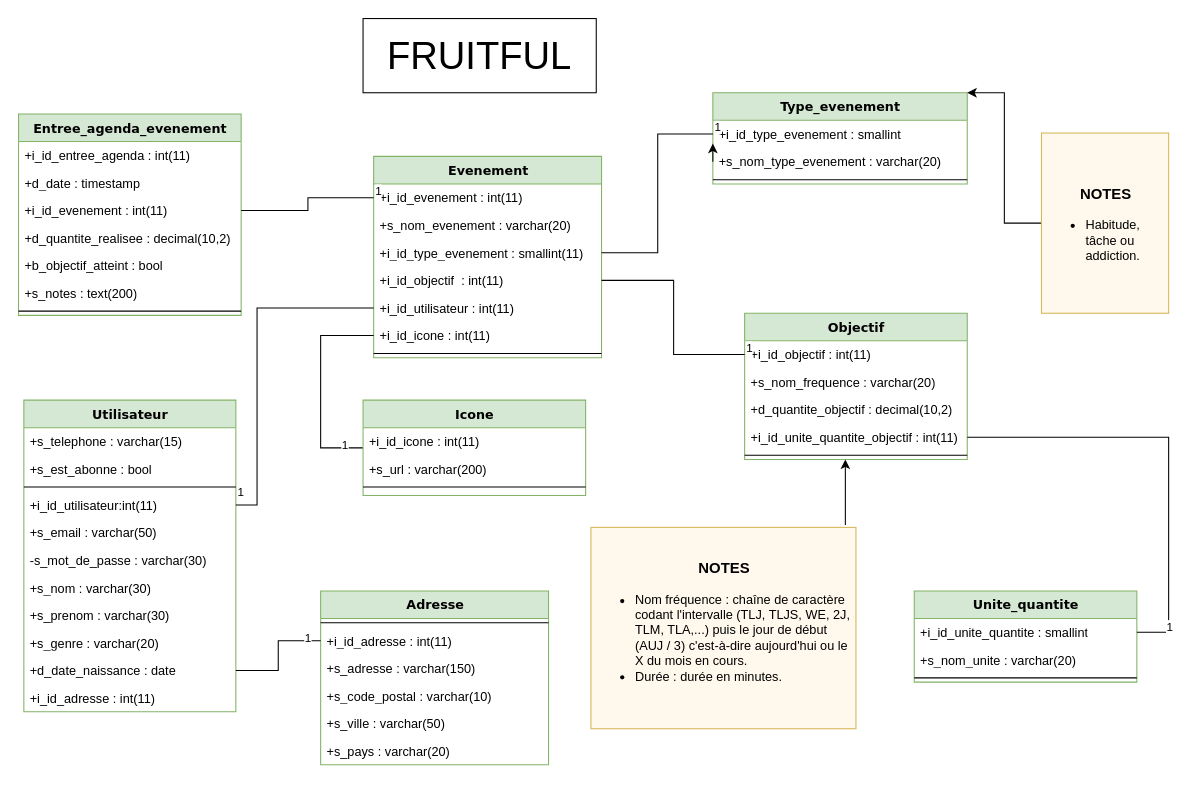
This is BDD/SQL.drawio from RomainVReco/fruitful-app, a draw.io file, before an edit. Source tidied: cells renumbered, new cells numbered last; positions are measured from the earlier drawing's top-left corner, leaving out a move shared by most shapes. Both pictures are drawn from the tidied source at 106%, with x=0, y=0 at pixel (18, 18).
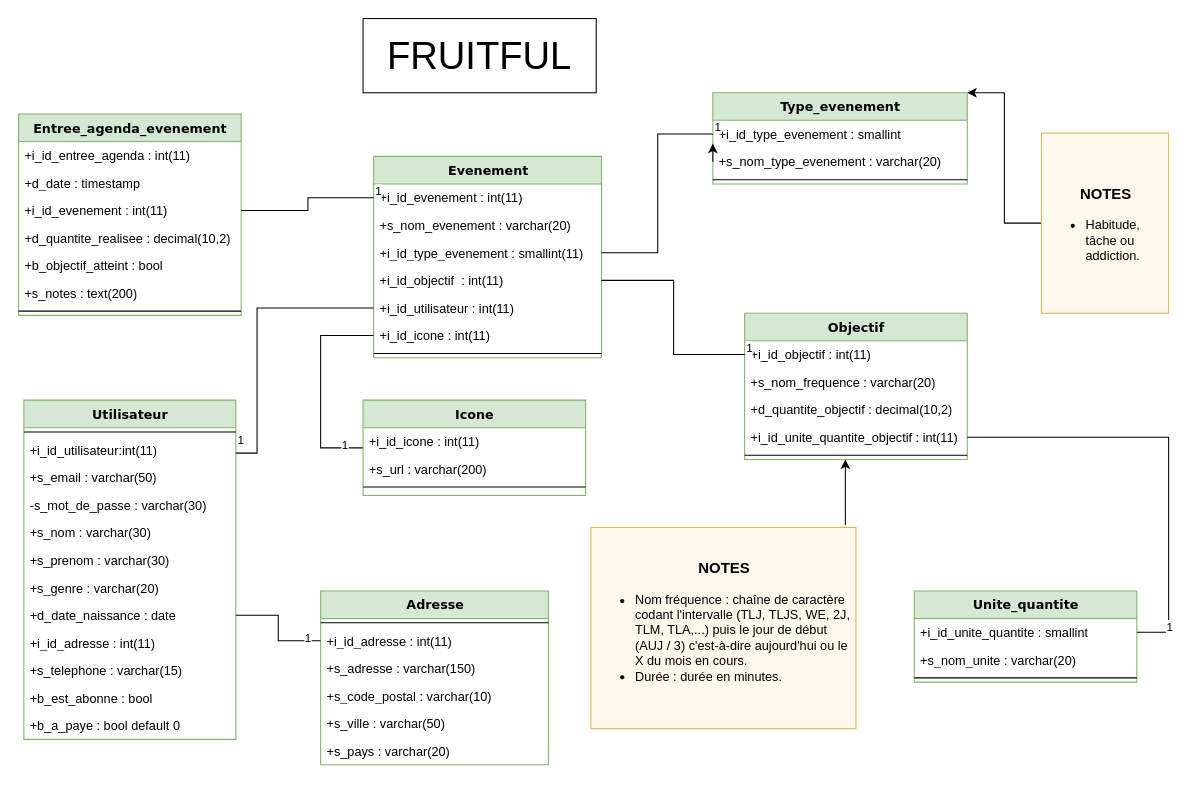
The same diagram, later.

What changed in the source:
```diff
@@
     <mxCell id="2" value="Utilisateur" style="swimlane;html=1;fontStyle=1;align=center;verticalAlign=top;horizontal=1;startSize=26;swimlaneFillColor=#ffffff;rounded=0;shadow=0;comic=0;labelBackgroundColor=none;strokeWidth=1;fillColor=#d5e8d4;fontFamily=Verdana;fontSize=12;strokeColor=#82b366;" parent="1" vertex="1">
-      <mxGeometry x="5" y="360" width="200" height="294" as="geometry" />
+      <mxGeometry x="5" y="360" width="200" height="320" as="geometry" />
     </mxCell>
-    <mxCell id="3" value="+s_telephone : varchar(15)" style="text;html=1;strokeColor=none;fillColor=none;align=left;verticalAlign=top;spacingLeft=4;spacingRight=4;whiteSpace=wrap;overflow=hidden;" parent="2" vertex="1">
-      <mxGeometry y="26" width="200" height="26" as="geometry" />
-    </mxCell>
-    <mxCell id="4" value="+s_est_abonne : bool" style="text;html=1;strokeColor=none;fillColor=none;align=left;verticalAlign=top;spacingLeft=4;spacingRight=4;whiteSpace=wrap;overflow=hidden;" parent="2" vertex="1">
-      <mxGeometry y="52" width="200" height="26" as="geometry" />
-    </mxCell>
     <mxCell id="5" style="line;html=1;strokeWidth=1;fillColor=none;align=left;verticalAlign=middle;spacingTop=-1;spacingLeft=3;spacingRight=3;labelPosition=right;" parent="2" vertex="1">
-      <mxGeometry y="78" width="200" height="8" as="geometry" />
+      <mxGeometry y="26" width="200" height="8" as="geometry" />
     </mxCell>
     <mxCell id="6" value="+i_id_utilisateur:int(11)&lt;div&gt;&lt;br&gt;&lt;/div&gt;" style="text;html=1;strokeColor=none;fillColor=none;align=left;verticalAlign=top;spacingLeft=4;spacingRight=4;whiteSpace=wrap;overflow=hidden;points=[[0,0.5],[1,0.5]];portConstraint=eastwest;" parent="2" vertex="1">
-      <mxGeometry y="86" width="200" height="26" as="geometry" />
+      <mxGeometry y="34" width="200" height="26" as="geometry" />
     </mxCell>
     <mxCell id="7" value="+s_email : varchar(50)" style="text;html=1;strokeColor=none;fillColor=none;align=left;verticalAlign=top;spacingLeft=4;spacingRight=4;whiteSpace=wrap;overflow=hidden;" parent="2" vertex="1">
-      <mxGeometry y="112" width="200" height="26" as="geometry" />
+      <mxGeometry y="60" width="200" height="26" as="geometry" />
     </mxCell>
     <mxCell id="8" value="-s_mot_de_passe : varchar(30)" style="text;html=1;strokeColor=none;fillColor=none;align=left;verticalAlign=top;spacingLeft=4;spacingRight=4;whiteSpace=wrap;overflow=hidden;" parent="2" vertex="1">
-      <mxGeometry y="138" width="200" height="26" as="geometry" />
+      <mxGeometry y="86" width="200" height="26" as="geometry" />
     </mxCell>
     <mxCell id="9" value="+s_nom : varchar(30)" style="text;html=1;strokeColor=none;fillColor=none;align=left;verticalAlign=top;spacingLeft=4;spacingRight=4;whiteSpace=wrap;overflow=hidden;" parent="2" vertex="1">
-      <mxGeometry y="164" width="200" height="26" as="geometry" />
+      <mxGeometry y="112" width="200" height="26" as="geometry" />
     </mxCell>
     <mxCell id="10" value="+s_pre&lt;span style=&quot;background-color: initial;&quot;&gt;nom : varchar(30)&lt;/span&gt;" style="text;html=1;strokeColor=none;fillColor=none;align=left;verticalAlign=top;spacingLeft=4;spacingRight=4;whiteSpace=wrap;overflow=hidden;" parent="2" vertex="1">
-      <mxGeometry y="190" width="200" height="26" as="geometry" />
+      <mxGeometry y="138" width="200" height="26" as="geometry" />
     </mxCell>
     <mxCell id="11" value="+s_genre : varchar(20)" style="text;html=1;strokeColor=none;fillColor=none;align=left;verticalAlign=top;spacingLeft=4;spacingRight=4;whiteSpace=wrap;overflow=hidden;" parent="2" vertex="1">
-      <mxGeometry y="216" width="200" height="26" as="geometry" />
+      <mxGeometry y="164" width="200" height="26" as="geometry" />
     </mxCell>
     <mxCell id="12" value="+d_date_naissance : date" style="text;html=1;strokeColor=none;fillColor=none;align=left;verticalAlign=top;spacingLeft=4;spacingRight=4;whiteSpace=wrap;overflow=hidden;points=[[0,0.5],[1,0.5]];portConstraint=eastwest;" parent="2" vertex="1">
-      <mxGeometry y="242" width="200" height="26" as="geometry" />
+      <mxGeometry y="190" width="200" height="26" as="geometry" />
     </mxCell>
     <mxCell id="13" value="+i_id_adresse : int(11)" style="text;html=1;strokeColor=none;fillColor=none;align=left;verticalAlign=top;spacingLeft=4;spacingRight=4;whiteSpace=wrap;overflow=hidden;" parent="2" vertex="1">
-      <mxGeometry y="268" width="200" height="26" as="geometry" />
+      <mxGeometry y="216" width="200" height="26" as="geometry" />
     </mxCell>
+    <mxCell id="3" value="+s_telephone : varchar(15)" style="text;html=1;strokeColor=none;fillColor=none;align=left;verticalAlign=top;spacingLeft=4;spacingRight=4;whiteSpace=wrap;overflow=hidden;" parent="2" vertex="1">
+      <mxGeometry y="242" width="200" height="26" as="geometry" />
+    </mxCell>
+    <mxCell id="4" value="+b_est_abonne : bool" style="text;html=1;strokeColor=none;fillColor=none;align=left;verticalAlign=top;spacingLeft=4;spacingRight=4;whiteSpace=wrap;overflow=hidden;" parent="2" vertex="1">
+      <mxGeometry y="268" width="200" height="26" as="geometry" />
+    </mxCell>
+    <mxCell id="71" value="+b_a_paye : bool default 0" style="text;html=1;strokeColor=none;fillColor=none;align=left;verticalAlign=top;spacingLeft=4;spacingRight=4;whiteSpace=wrap;overflow=hidden;" parent="2" vertex="1">
+      <mxGeometry y="294" width="200" height="26" as="geometry" />
+    </mxCell>
```
